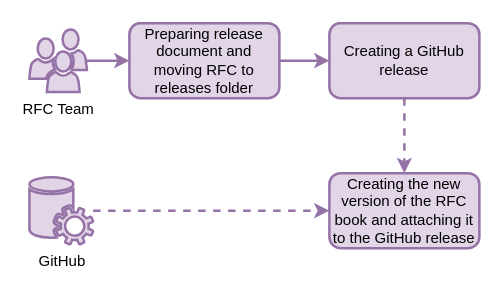
Above: files/releases/RFC-0003/images/phase_3.drawio in time-machine-project/requests-for-comments (draw.io), before the change. Source tidied: cells renumbered, new cells numbered last; positions are measured from the earlier drawing's top-left corner, leaving out a move shared by most shapes. Both pictures are drawn from the tidied source at 125%, with x=0, y=0 at pixel (29, 22).
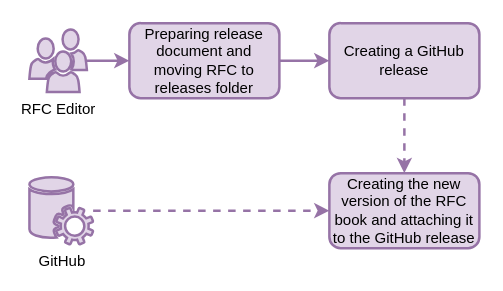
After the change.

Diff of the diagram source:
```diff
@@
 <mxGraphModel>
   <root>
     <mxCell id="0" />
     <mxCell id="1" parent="0" />
     <mxCell id="2" style="edgeStyle=orthogonalEdgeStyle;rounded=0;jettySize=auto;html=1;fillColor=#e1d5e7;strokeColor=#9673a6;strokeWidth=2;" parent="1" edge="1" source="3" target="7">
       <mxGeometry relative="1" as="geometry" />
     </mxCell>
     <mxCell id="3" value="Preparing release document and moving RFC to releases folder" style="rounded=1;whiteSpace=wrap;html=1;fillColor=#e1d5e7;strokeColor=#9673a6;strokeWidth=2;" parent="1" vertex="1">
       <mxGeometry x="80" width="120" height="60" as="geometry" />
     </mxCell>
     <mxCell id="4" style="edgeStyle=orthogonalEdgeStyle;rounded=0;jettySize=auto;html=1;fillColor=#e1d5e7;strokeColor=#9673a6;strokeWidth=2;" parent="1" edge="1" source="5" target="3">
       <mxGeometry relative="1" as="geometry" />
     </mxCell>
-    <mxCell id="5" value="RFC Team" style="shadow=0;dashed=0;html=1;strokeColor=#9673a6;fillColor=#e1d5e7;labelPosition=center;verticalLabelPosition=bottom;verticalAlign=top;outlineConnect=0;align=center;shape=mxgraph.office.users.users;strokeWidth=2;" parent="1" vertex="1">
+    <mxCell id="5" value="RFC Editor" style="shadow=0;dashed=0;html=1;strokeColor=#9673a6;fillColor=#e1d5e7;labelPosition=center;verticalLabelPosition=bottom;verticalAlign=top;outlineConnect=0;align=center;shape=mxgraph.office.users.users;strokeWidth=2;" parent="1" vertex="1">
       <mxGeometry y="5" width="46" height="50" as="geometry" />
     </mxCell>
     <mxCell id="6" style="edgeStyle=orthogonalEdgeStyle;rounded=0;jettySize=auto;html=1;dashed=1;fillColor=#e1d5e7;strokeColor=#9673a6;strokeWidth=2;" parent="1" edge="1" source="7" target="10">
       <mxGeometry relative="1" as="geometry" />
     </mxCell>
     <mxCell id="7" value="Creating a GitHub release" style="rounded=1;whiteSpace=wrap;html=1;fillColor=#e1d5e7;strokeColor=#9673a6;strokeWidth=2;" parent="1" vertex="1">
       <mxGeometry x="240" width="120" height="60" as="geometry" />
     </mxCell>
     <mxCell id="8" style="edgeStyle=orthogonalEdgeStyle;rounded=0;jettySize=auto;html=1;dashed=1;fillColor=#e1d5e7;strokeColor=#9673a6;strokeWidth=2;" parent="1" edge="1" source="9" target="10">
       <mxGeometry relative="1" as="geometry" />
     </mxCell>
     <mxCell id="9" value="GitHub" style="shadow=0;dashed=0;html=1;strokeColor=#9673a6;fillColor=#e1d5e7;labelPosition=center;verticalLabelPosition=bottom;verticalAlign=top;outlineConnect=0;align=center;shape=mxgraph.office.services.central_management_service;strokeWidth=2;" parent="1" vertex="1">
       <mxGeometry y="123" width="51" height="54" as="geometry" />
     </mxCell>
     <mxCell id="10" value="Creating the new version of the RFC book and attaching it to the GitHub release" style="rounded=1;whiteSpace=wrap;html=1;fillColor=#e1d5e7;strokeColor=#9673a6;strokeWidth=2;" parent="1" vertex="1">
       <mxGeometry x="240" y="120" width="120" height="60" as="geometry" />
     </mxCell>
   </root>
 </mxGraphModel>
```
